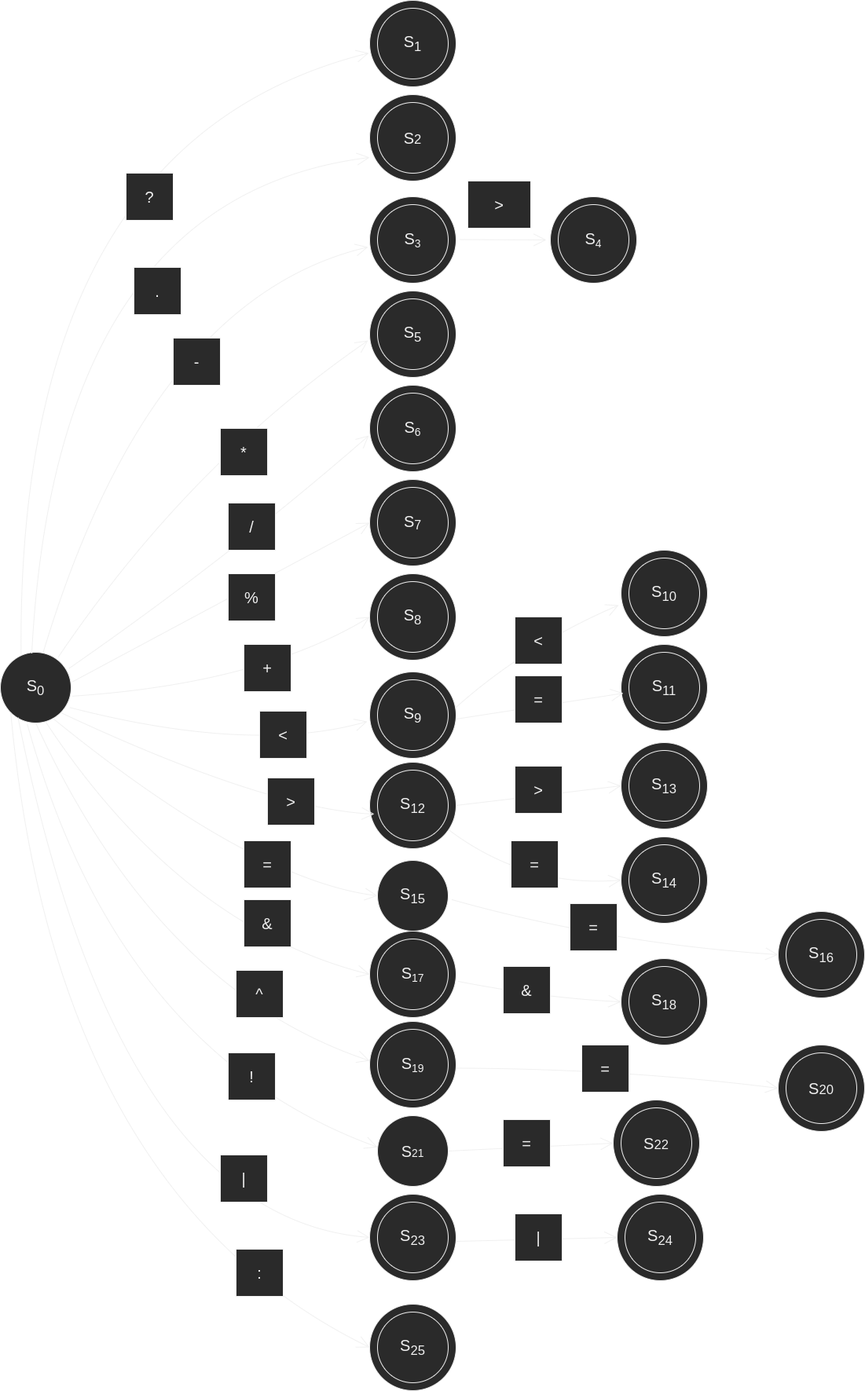
This is transition_diagrams/binop_transition_diagram.png from nicholicaron/CMU_compilers, a draw.io export, as it was before one commit. Source tidied: cells renumbered, new cells last; positions are measured from the earlier drawing's top-left corner, leaving out a move shared by most shapes.
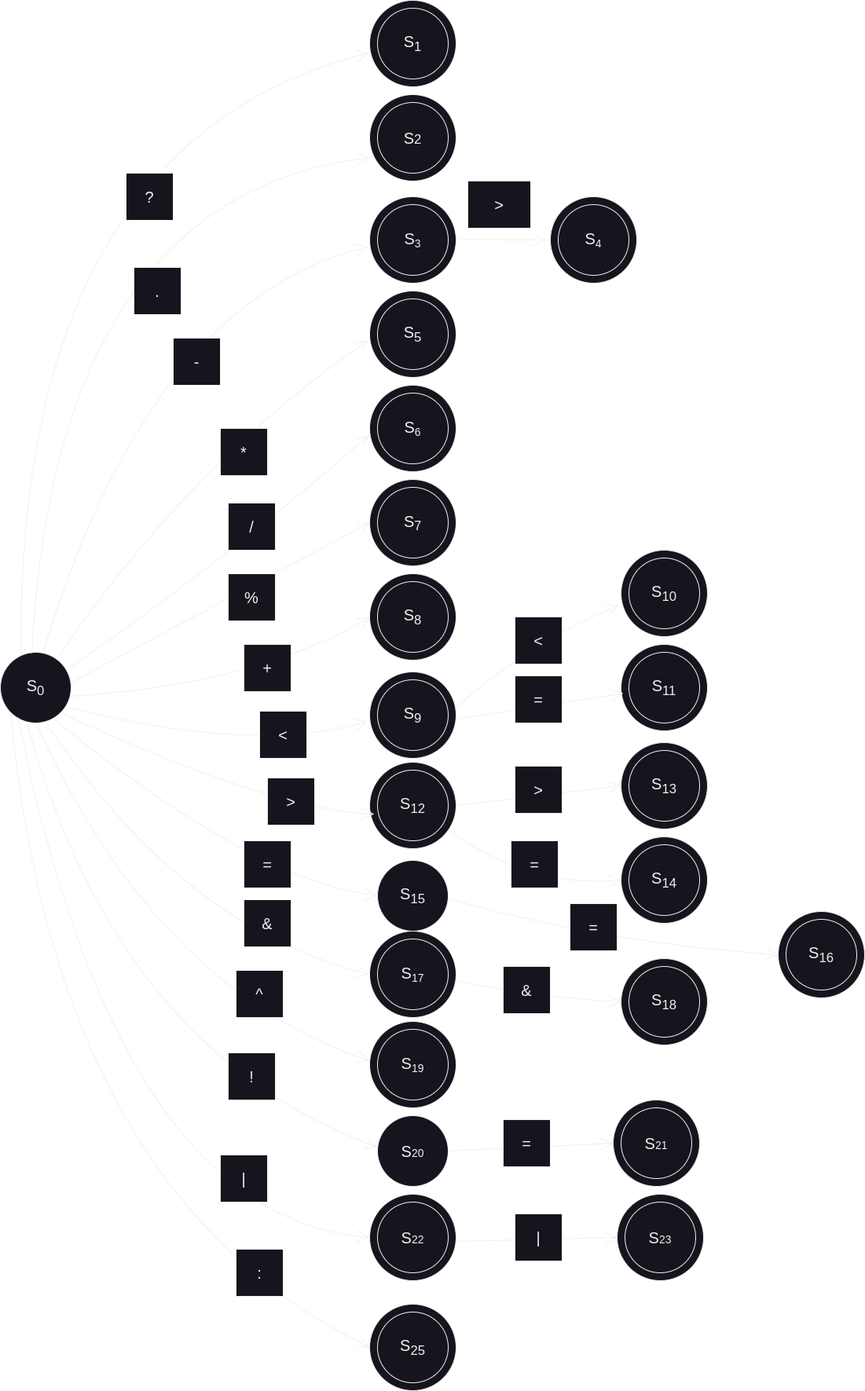
The same file after the commit.

Diff of the diagram source:
```diff
@@ -2,14 +2,6 @@
   <root>
     <mxCell id="0" />
     <mxCell id="1" parent="0" />
-    <mxCell id="2" style="edgeStyle=none;jettySize=auto;html=1;rounded=0;fontSize=20;endArrow=open;startSize=14;endSize=14;sourcePerimeterSpacing=8;targetPerimeterSpacing=8;curved=1;entryX=0;entryY=0.5;entryDx=0;entryDy=0;" parent="1" edge="1" target="98">
-      <mxGeometry relative="1" as="geometry">
-        <mxPoint x="580" y="1359.5" as="sourcePoint" />
-        <Array as="points">
-          <mxPoint x="790" y="1360" />
-        </Array>
-      </mxGeometry>
-    </mxCell>
     <mxCell id="3" style="ellipse;whiteSpace=wrap;html=1;hachureGap=4;" parent="1" vertex="1">
       <mxGeometry x="470" y="1300" width="110" height="110" as="geometry" />
     </mxCell>
@@ -197,7 +189,7 @@
     <mxCell id="51" value="&lt;font style=&quot;font-size: 20px;&quot;&gt;S&lt;/font&gt;&lt;font style=&quot;font-size: 16.6667px;&quot;&gt;&lt;sub&gt;19&lt;/sub&gt;&lt;/font&gt;" style="ellipse;whiteSpace=wrap;html=1;hachureGap=4;" parent="1" vertex="1">
       <mxGeometry x="480" y="1310" width="90" height="90" as="geometry" />
     </mxCell>
-    <mxCell id="52" value="&lt;font style=&quot;font-size: 20px;&quot;&gt;S&lt;/font&gt;&lt;font style=&quot;font-size: 13.8889px;&quot;&gt;21&lt;/font&gt;" style="ellipse;whiteSpace=wrap;html=1;hachureGap=4;" parent="1" vertex="1">
+    <mxCell id="52" value="&lt;font style=&quot;font-size: 20px;&quot;&gt;S&lt;/font&gt;&lt;font style=&quot;font-size: 13.8889px;&quot;&gt;20&lt;/font&gt;" style="ellipse;whiteSpace=wrap;html=1;hachureGap=4;" parent="1" vertex="1">
       <mxGeometry x="480" y="1420" width="90" height="90" as="geometry" />
     </mxCell>
     <mxCell id="53" style="edgeStyle=none;jettySize=auto;html=1;rounded=0;fontSize=20;endArrow=open;startSize=14;endSize=14;sourcePerimeterSpacing=8;targetPerimeterSpacing=8;curved=1;exitX=0.64;exitY=0.984;exitDx=0;exitDy=0;entryX=0;entryY=0.5;entryDx=0;entryDy=0;exitPerimeter=0;" parent="1" edge="1" source="15" target="4">
@@ -306,7 +298,7 @@
     <mxCell id="78" style="ellipse;whiteSpace=wrap;html=1;hachureGap=4;" parent="1" vertex="1">
       <mxGeometry x="470" y="1520" width="110" height="110" as="geometry" />
     </mxCell>
-    <mxCell id="79" value="&lt;font style=&quot;font-size: 20px;&quot;&gt;S&lt;sub&gt;23&lt;/sub&gt;&lt;/font&gt;" style="ellipse;whiteSpace=wrap;html=1;hachureGap=4;" parent="1" vertex="1">
+    <mxCell id="79" value="&lt;font style=&quot;font-size: 20px;&quot;&gt;S&lt;/font&gt;&lt;font style=&quot;font-size: 13.8889px;&quot;&gt;22&lt;/font&gt;" style="ellipse;whiteSpace=wrap;html=1;hachureGap=4;" parent="1" vertex="1">
       <mxGeometry x="480" y="1530" width="90" height="90" as="geometry" />
     </mxCell>
     <mxCell id="80" style="ellipse;whiteSpace=wrap;html=1;hachureGap=4;" parent="1" vertex="1">
@@ -324,7 +316,7 @@
     <mxCell id="84" style="ellipse;whiteSpace=wrap;html=1;hachureGap=4;" parent="1" vertex="1">
       <mxGeometry x="785" y="1520" width="110" height="110" as="geometry" />
     </mxCell>
-    <mxCell id="85" value="&lt;font style=&quot;font-size: 20px;&quot;&gt;S&lt;sub&gt;24&lt;/sub&gt;&lt;/font&gt;" style="ellipse;whiteSpace=wrap;html=1;hachureGap=4;" parent="1" vertex="1">
+    <mxCell id="85" value="&lt;font style=&quot;font-size: 20px;&quot;&gt;S&lt;/font&gt;&lt;font style=&quot;font-size: 13.8889px;&quot;&gt;23&lt;/font&gt;" style="ellipse;whiteSpace=wrap;html=1;hachureGap=4;" parent="1" vertex="1">
       <mxGeometry x="795" y="1530" width="90" height="90" as="geometry" />
     </mxCell>
     <mxCell id="86" style="edgeStyle=none;jettySize=auto;html=1;rounded=0;fontSize=20;endArrow=open;startSize=14;endSize=14;sourcePerimeterSpacing=8;targetPerimeterSpacing=8;curved=1;entryX=0;entryY=0.5;entryDx=0;entryDy=0;" parent="1" edge="1" target="84">
@@ -341,7 +333,7 @@
     <mxCell id="89" style="ellipse;whiteSpace=wrap;html=1;hachureGap=4;" parent="1" vertex="1">
       <mxGeometry x="780" y="1400" width="110" height="110" as="geometry" />
     </mxCell>
-    <mxCell id="90" value="&lt;font style=&quot;font-size: 20px;&quot;&gt;S&lt;/font&gt;&lt;font style=&quot;font-size: 16.6667px;&quot;&gt;22&lt;/font&gt;" style="ellipse;whiteSpace=wrap;html=1;hachureGap=4;" parent="1" vertex="1">
+    <mxCell id="90" value="&lt;font style=&quot;font-size: 20px;&quot;&gt;S&lt;/font&gt;&lt;font style=&quot;font-size: 13.8889px;&quot;&gt;21&lt;/font&gt;" style="ellipse;whiteSpace=wrap;html=1;hachureGap=4;" parent="1" vertex="1">
       <mxGeometry x="790" y="1410" width="90" height="90" as="geometry" />
     </mxCell>
     <mxCell id="91" style="edgeStyle=none;jettySize=auto;html=1;rounded=0;fontSize=20;endArrow=open;startSize=14;endSize=14;sourcePerimeterSpacing=8;targetPerimeterSpacing=8;curved=1;entryX=0;entryY=0.5;entryDx=0;entryDy=0;exitX=0.249;exitY=0.922;exitDx=0;exitDy=0;exitPerimeter=0;" parent="1" edge="1" source="15" target="78">
@@ -374,15 +366,6 @@
     <mxCell id="96" value="?" style="rounded=0;whiteSpace=wrap;html=1;hachureGap=4;fontSize=20;" parent="1" vertex="1">
       <mxGeometry x="160" y="220" width="60" height="60" as="geometry" />
     </mxCell>
-    <mxCell id="97" value="=" style="rounded=0;whiteSpace=wrap;html=1;hachureGap=4;fontSize=20;" parent="1" vertex="1">
-      <mxGeometry x="740" y="1330" width="60" height="60" as="geometry" />
-    </mxCell>
-    <mxCell id="98" style="ellipse;whiteSpace=wrap;html=1;hachureGap=4;" parent="1" vertex="1">
-      <mxGeometry x="990" y="1330" width="110" height="110" as="geometry" />
-    </mxCell>
-    <mxCell id="99" value="&lt;font style=&quot;font-size: 20px;&quot;&gt;S&lt;/font&gt;&lt;font style=&quot;font-size: 16.6667px;&quot;&gt;20&lt;/font&gt;" style="ellipse;whiteSpace=wrap;html=1;hachureGap=4;" parent="1" vertex="1">
-      <mxGeometry x="1000" y="1340" width="90" height="90" as="geometry" />
-    </mxCell>
     <mxCell id="100" value="=" style="rounded=0;whiteSpace=wrap;html=1;hachureGap=4;fontSize=20;" parent="1" vertex="1">
       <mxGeometry x="640" y="1425" width="60" height="60" as="geometry" />
     </mxCell>
```
